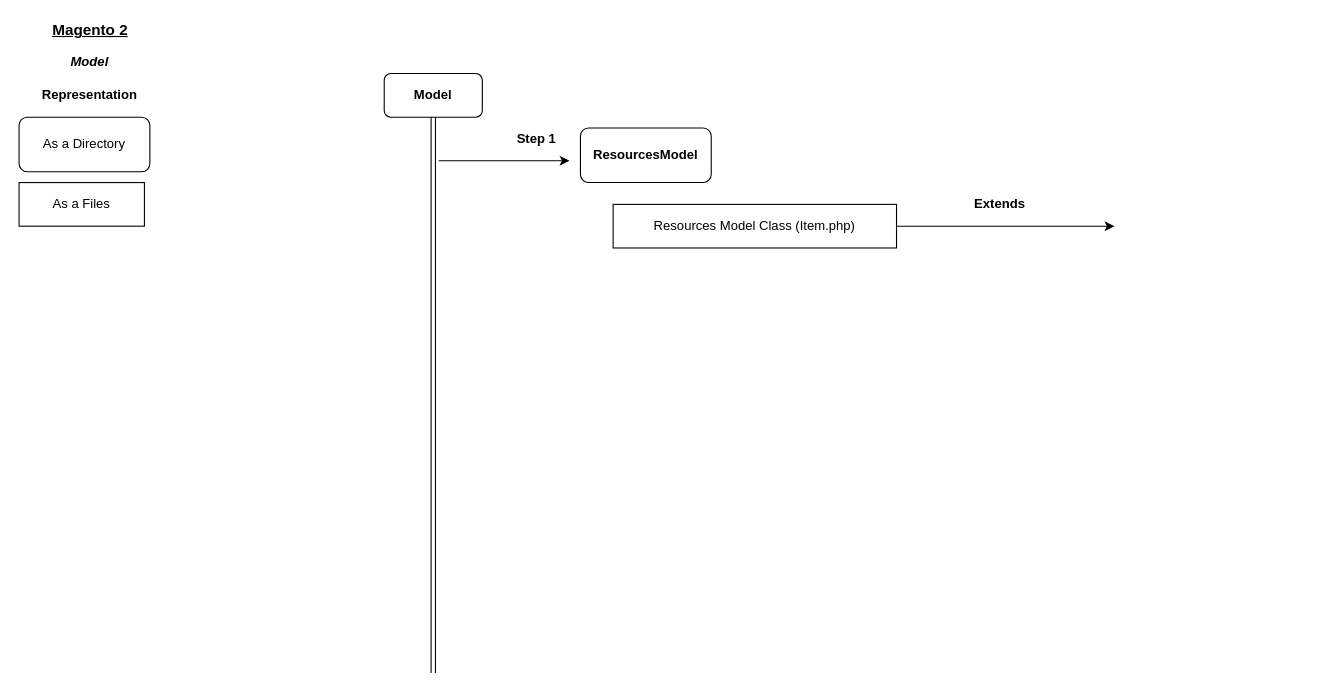
Earlier version of the draw.io diagram Module-Model.drawio (tikam512/M2-Graph-Modules). Source tidied: cells renumbered, new cells numbered last; positions are measured from the earlier drawing's top-left corner, leaving out a move shared by most shapes. Both pictures are drawn from the tidied source at 109%, with x=0, y=0 at pixel (19, 19).
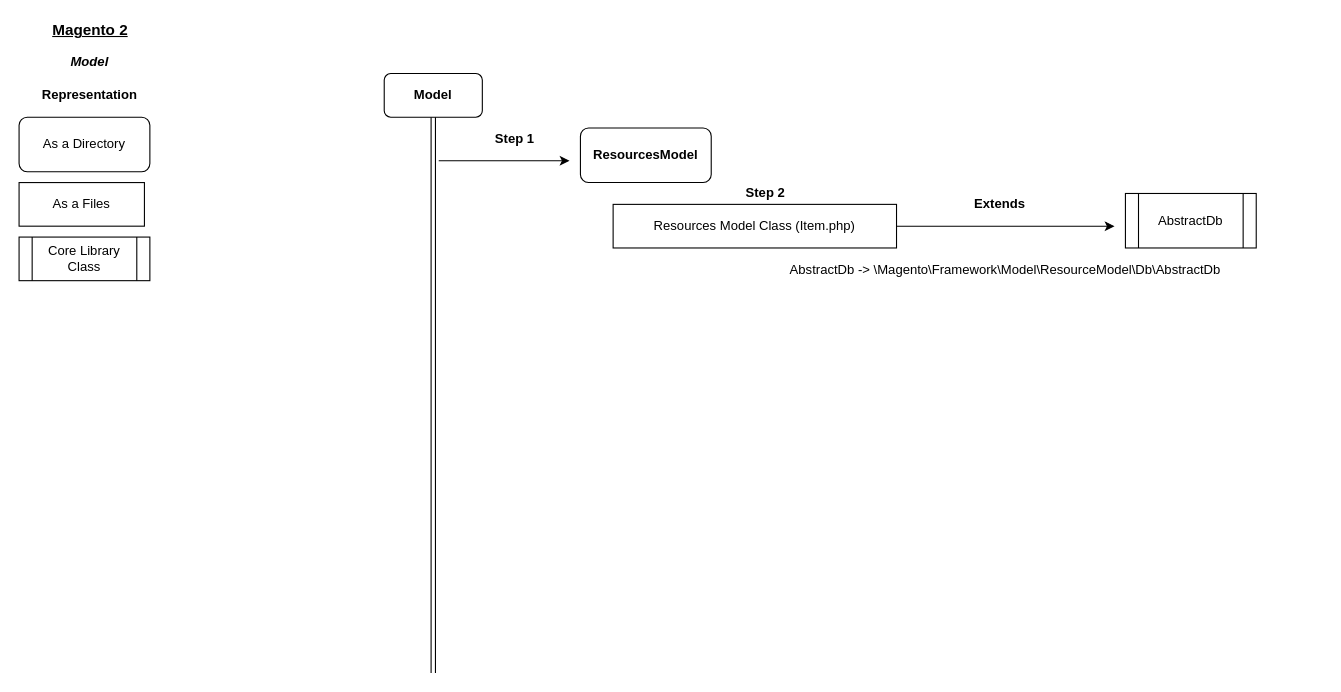
Above is the later version.

Change to the diagram source:
```diff
@@
-    <mxCell id="7" value="&lt;b&gt;Step 1&lt;/b&gt;" style="text;html=1;strokeColor=none;fillColor=none;align=center;verticalAlign=middle;whiteSpace=wrap;rounded=0;" parent="1" vertex="1">
-      <mxGeometry x="435" y="100" width="80" height="20" as="geometry" />
+    <mxCell id="7" value="&lt;b&gt;Step 2&lt;br&gt;&lt;/b&gt;" style="text;html=1;strokeColor=none;fillColor=none;align=center;verticalAlign=middle;whiteSpace=wrap;rounded=0;" parent="1" vertex="1">
+      <mxGeometry x="645" y="150" width="80" height="20" as="geometry" />
     </mxCell>
@@
+    <mxCell id="16" value="&lt;b&gt;Step 1&lt;br&gt;&lt;/b&gt;" style="text;html=1;strokeColor=none;fillColor=none;align=center;verticalAlign=middle;whiteSpace=wrap;rounded=0;" parent="1" vertex="1">
+      <mxGeometry x="415" y="100" width="80" height="20" as="geometry" />
+    </mxCell>
+    <mxCell id="17" value="AbstractDb" style="shape=process;whiteSpace=wrap;html=1;backgroundOutline=1;" parent="1" vertex="1">
+      <mxGeometry x="1015" y="160" width="120" height="50" as="geometry" />
+    </mxCell>
+    <mxCell id="18" value="Core Library Class" style="shape=process;whiteSpace=wrap;html=1;backgroundOutline=1;" parent="1" vertex="1">
+      <mxGeometry y="200" width="120" height="40" as="geometry" />
+    </mxCell>
+    <mxCell id="19" value="AbstractDb -&amp;gt; \Magento\Framework\Model\ResourceModel\Db\AbstractDb" style="text;html=1;strokeColor=none;fillColor=none;align=center;verticalAlign=middle;whiteSpace=wrap;rounded=0;" parent="1" vertex="1">
+      <mxGeometry x="615" y="220" width="580" height="20" as="geometry" />
+    </mxCell>
```
